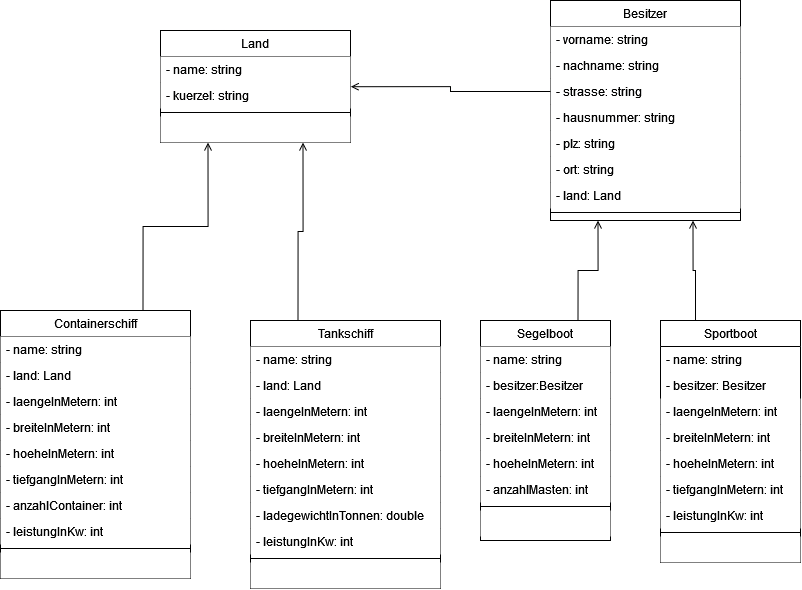
Above: UML-SchiffeUndBoote.drawio.png in gsoTH/iaf_SchiffeUndBoote (draw.io), before the change. Source tidied: cells renumbered, new cells last; positions are measured from the earlier drawing's top-left corner, leaving out a move shared by most shapes.
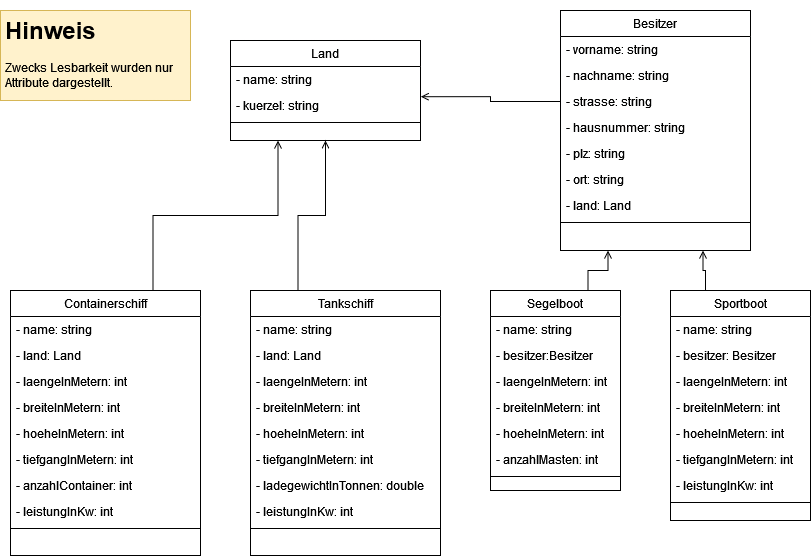
Above is the later version.

Commit message:
Farben solide

What changed in the source:
```diff
@@ -4,3 +4,3 @@
     <mxCell id="1" parent="0" />
-    <mxCell id="2" style="edgeStyle=orthogonalEdgeStyle;jettySize=auto;html=1;exitX=0.25;exitY=0;exitDx=0;exitDy=0;endArrow=open;endFill=0;rounded=0;entryX=0.75;entryY=1;entryDx=0;entryDy=0;" parent="1" edge="1" source="3" target="47">
+    <mxCell id="2" style="edgeStyle=orthogonalEdgeStyle;jettySize=auto;html=1;exitX=0.25;exitY=0;exitDx=0;exitDy=0;endArrow=open;endFill=0;rounded=0;entryX=0.5;entryY=1;entryDx=0;entryDy=0;" parent="1" edge="1" source="3" target="47">
       <mxGeometry relative="1" as="geometry" />
@@ -8,26 +8,26 @@
     <mxCell id="3" value="Tankschiff" style="swimlane;fontStyle=0;align=center;verticalAlign=top;horizontal=1;startSize=26;shadow=0;strokeWidth=1;" parent="1" vertex="1">
-      <mxGeometry x="250" y="320" width="190" height="268" as="geometry" />
+      <mxGeometry x="410" y="381" width="190" height="265" as="geometry" />
     </mxCell>
-    <mxCell id="4" value="- name: string" style="text;align=left;verticalAlign=top;spacingLeft=4;spacingRight=4;overflow=hidden;fillColor=#FFFFFF;" parent="3" vertex="1">
+    <mxCell id="4" value="- name: string" style="text;align=left;verticalAlign=top;spacingLeft=4;spacingRight=4;overflow=hidden;" parent="3" vertex="1">
       <mxGeometry y="26" width="190" height="26" as="geometry" />
     </mxCell>
-    <mxCell id="5" value="- land: Land" style="text;align=left;verticalAlign=top;spacingLeft=4;spacingRight=4;overflow=hidden;shadow=0;html=0;fillColor=#FFFFFF;" parent="3" vertex="1">
+    <mxCell id="5" value="- land: Land" style="text;align=left;verticalAlign=top;spacingLeft=4;spacingRight=4;overflow=hidden;shadow=0;html=0;" parent="3" vertex="1">
       <mxGeometry y="52" width="190" height="26" as="geometry" />
     </mxCell>
-    <mxCell id="6" value="- laengeInMetern: int" style="text;align=left;verticalAlign=top;spacingLeft=4;spacingRight=4;overflow=hidden;shadow=0;html=0;fillColor=#FFFFFF;" parent="3" vertex="1">
+    <mxCell id="6" value="- laengeInMetern: int" style="text;align=left;verticalAlign=top;spacingLeft=4;spacingRight=4;overflow=hidden;shadow=0;html=0;" parent="3" vertex="1">
       <mxGeometry y="78" width="190" height="26" as="geometry" />
     </mxCell>
-    <mxCell id="7" value="- breiteInMetern: int" style="text;align=left;verticalAlign=top;spacingLeft=4;spacingRight=4;overflow=hidden;shadow=0;html=0;fillColor=#FFFFFF;" parent="3" vertex="1">
+    <mxCell id="7" value="- breiteInMetern: int" style="text;align=left;verticalAlign=top;spacingLeft=4;spacingRight=4;overflow=hidden;shadow=0;html=0;" parent="3" vertex="1">
       <mxGeometry y="104" width="190" height="26" as="geometry" />
     </mxCell>
-    <mxCell id="8" value="- hoeheInMetern: int" style="text;align=left;verticalAlign=top;spacingLeft=4;spacingRight=4;overflow=hidden;shadow=0;html=0;fillColor=#FFFFFF;" parent="3" vertex="1">
+    <mxCell id="8" value="- hoeheInMetern: int" style="text;align=left;verticalAlign=top;spacingLeft=4;spacingRight=4;overflow=hidden;shadow=0;html=0;" parent="3" vertex="1">
       <mxGeometry y="130" width="190" height="26" as="geometry" />
     </mxCell>
-    <mxCell id="9" value="- tiefgangInMetern: int" style="text;align=left;verticalAlign=top;spacingLeft=4;spacingRight=4;overflow=hidden;shadow=0;html=0;fillColor=#FFFFFF;" parent="3" vertex="1">
+    <mxCell id="9" value="- tiefgangInMetern: int" style="text;align=left;verticalAlign=top;spacingLeft=4;spacingRight=4;overflow=hidden;shadow=0;html=0;" parent="3" vertex="1">
       <mxGeometry y="156" width="190" height="26" as="geometry" />
     </mxCell>
-    <mxCell id="10" value="- ladegewichtInTonnen: double" style="text;align=left;verticalAlign=top;spacingLeft=4;spacingRight=4;overflow=hidden;shadow=0;html=0;fillColor=#FFFFFF;" parent="3" vertex="1">
+    <mxCell id="10" value="- ladegewichtInTonnen: double" style="text;align=left;verticalAlign=top;spacingLeft=4;spacingRight=4;overflow=hidden;shadow=0;html=0;" parent="3" vertex="1">
       <mxGeometry y="182" width="190" height="26" as="geometry" />
     </mxCell>
-    <mxCell id="11" value="- leistungInKw: int" style="text;align=left;verticalAlign=top;spacingLeft=4;spacingRight=4;overflow=hidden;shadow=0;html=0;fillColor=#FFFFFF;" parent="3" vertex="1">
+    <mxCell id="11" value="- leistungInKw: int" style="text;align=left;verticalAlign=top;spacingLeft=4;spacingRight=4;overflow=hidden;shadow=0;html=0;" parent="3" vertex="1">
       <mxGeometry y="208" width="190" height="26" as="geometry" />
@@ -37,5 +37,2 @@
     </mxCell>
-    <mxCell id="13" style="text;align=left;verticalAlign=top;spacingLeft=4;spacingRight=4;overflow=hidden;shadow=0;html=0;fillColor=#FFFFFF;" parent="3" vertex="1">
-      <mxGeometry y="242" width="190" height="26" as="geometry" />
-    </mxCell>
     <mxCell id="14" style="edgeStyle=orthogonalEdgeStyle;jettySize=auto;html=1;exitX=0.75;exitY=0;exitDx=0;exitDy=0;endArrow=open;endFill=0;rounded=0;entryX=0.25;entryY=1;entryDx=0;entryDy=0;" parent="1" edge="1" source="15" target="47">
@@ -43,35 +40,32 @@
     </mxCell>
-    <mxCell id="15" value="Containerschiff" style="swimlane;fontStyle=0;align=center;verticalAlign=top;horizontal=1;startSize=26;shadow=0;strokeWidth=1;fillColor=#FFFFFF;" parent="1" vertex="1">
-      <mxGeometry y="310" width="190" height="268" as="geometry" />
+    <mxCell id="15" value="Containerschiff" style="swimlane;fontStyle=0;align=center;verticalAlign=top;horizontal=1;startSize=26;shadow=0;strokeWidth=1;" parent="1" vertex="1">
+      <mxGeometry x="170" y="381" width="190" height="265" as="geometry" />
     </mxCell>
-    <mxCell id="16" value="- name: string" style="text;align=left;verticalAlign=top;spacingLeft=4;spacingRight=4;overflow=hidden;fillColor=#FFFFFF;" parent="15" vertex="1">
+    <mxCell id="16" value="- name: string" style="text;align=left;verticalAlign=top;spacingLeft=4;spacingRight=4;overflow=hidden;" parent="15" vertex="1">
       <mxGeometry y="26" width="190" height="26" as="geometry" />
     </mxCell>
-    <mxCell id="17" value="- land: Land" style="text;align=left;verticalAlign=top;spacingLeft=4;spacingRight=4;overflow=hidden;shadow=0;html=0;fillColor=#FFFFFF;" parent="15" vertex="1">
+    <mxCell id="17" value="- land: Land" style="text;align=left;verticalAlign=top;spacingLeft=4;spacingRight=4;overflow=hidden;shadow=0;html=0;" parent="15" vertex="1">
       <mxGeometry y="52" width="190" height="26" as="geometry" />
     </mxCell>
-    <mxCell id="18" value="- laengeInMetern: int" style="text;align=left;verticalAlign=top;spacingLeft=4;spacingRight=4;overflow=hidden;shadow=0;html=0;fillColor=#FFFFFF;" parent="15" vertex="1">
+    <mxCell id="18" value="- laengeInMetern: int" style="text;align=left;verticalAlign=top;spacingLeft=4;spacingRight=4;overflow=hidden;shadow=0;html=0;" parent="15" vertex="1">
       <mxGeometry y="78" width="190" height="26" as="geometry" />
     </mxCell>
-    <mxCell id="19" value="- breiteInMetern: int" style="text;align=left;verticalAlign=top;spacingLeft=4;spacingRight=4;overflow=hidden;shadow=0;html=0;fillColor=#FFFFFF;" parent="15" vertex="1">
+    <mxCell id="19" value="- breiteInMetern: int" style="text;align=left;verticalAlign=top;spacingLeft=4;spacingRight=4;overflow=hidden;shadow=0;html=0;" parent="15" vertex="1">
       <mxGeometry y="104" width="190" height="26" as="geometry" />
     </mxCell>
-    <mxCell id="20" value="- hoeheInMetern: int" style="text;align=left;verticalAlign=top;spacingLeft=4;spacingRight=4;overflow=hidden;shadow=0;html=0;fillColor=#FFFFFF;" parent="15" vertex="1">
+    <mxCell id="20" value="- hoeheInMetern: int" style="text;align=left;verticalAlign=top;spacingLeft=4;spacingRight=4;overflow=hidden;shadow=0;html=0;" parent="15" vertex="1">
       <mxGeometry y="130" width="190" height="26" as="geometry" />
     </mxCell>
-    <mxCell id="21" value="- tiefgangInMetern: int" style="text;align=left;verticalAlign=top;spacingLeft=4;spacingRight=4;overflow=hidden;shadow=0;html=0;fillColor=#FFFFFF;" parent="15" vertex="1">
+    <mxCell id="21" value="- tiefgangInMetern: int" style="text;align=left;verticalAlign=top;spacingLeft=4;spacingRight=4;overflow=hidden;shadow=0;html=0;" parent="15" vertex="1">
       <mxGeometry y="156" width="190" height="26" as="geometry" />
     </mxCell>
-    <mxCell id="22" value="- anzahlContainer: int" style="text;align=left;verticalAlign=top;spacingLeft=4;spacingRight=4;overflow=hidden;shadow=0;html=0;fillColor=#FFFFFF;" parent="15" vertex="1">
+    <mxCell id="22" value="- anzahlContainer: int" style="text;align=left;verticalAlign=top;spacingLeft=4;spacingRight=4;overflow=hidden;shadow=0;html=0;" parent="15" vertex="1">
       <mxGeometry y="182" width="190" height="26" as="geometry" />
     </mxCell>
-    <mxCell id="23" value="- leistungInKw: int" style="text;align=left;verticalAlign=top;spacingLeft=4;spacingRight=4;overflow=hidden;shadow=0;html=0;fillColor=#FFFFFF;" parent="15" vertex="1">
+    <mxCell id="23" value="- leistungInKw: int" style="text;align=left;verticalAlign=top;spacingLeft=4;spacingRight=4;overflow=hidden;shadow=0;html=0;" parent="15" vertex="1">
       <mxGeometry y="208" width="190" height="26" as="geometry" />
     </mxCell>
-    <mxCell id="24" style="line;html=1;strokeWidth=1;align=left;verticalAlign=middle;spacingTop=-1;spacingLeft=3;spacingRight=3;labelPosition=right;fillColor=#FFFFFF;" parent="15" vertex="1">
+    <mxCell id="24" style="line;html=1;strokeWidth=1;align=left;verticalAlign=middle;spacingTop=-1;spacingLeft=3;spacingRight=3;labelPosition=right;" parent="15" vertex="1">
       <mxGeometry y="234" width="190" height="8" as="geometry" />
     </mxCell>
-    <mxCell id="25" style="text;align=left;verticalAlign=top;spacingLeft=4;spacingRight=4;overflow=hidden;shadow=0;html=0;fillColor=#FFFFFF;" parent="15" vertex="1">
-      <mxGeometry y="242" width="190" height="26" as="geometry" />
-    </mxCell>
     <mxCell id="26" style="edgeStyle=orthogonalEdgeStyle;jettySize=auto;html=1;exitX=0.75;exitY=0;exitDx=0;exitDy=0;entryX=0.25;entryY=1;entryDx=0;entryDy=0;endArrow=open;endFill=0;rounded=0;" parent="1" edge="1" source="27" target="52">
@@ -80,20 +74,20 @@
     <mxCell id="27" value="Segelboot" style="swimlane;fontStyle=0;align=center;verticalAlign=top;horizontal=1;startSize=26;shadow=0;strokeWidth=1;" parent="1" vertex="1">
-      <mxGeometry x="480" y="320" width="130" height="220" as="geometry" />
+      <mxGeometry x="650" y="381" width="130" height="200" as="geometry" />
     </mxCell>
-    <mxCell id="28" value="- name: string" style="text;align=left;verticalAlign=top;spacingLeft=4;spacingRight=4;overflow=hidden;fillColor=#FFFFFF;strokeColor=none;" parent="27" vertex="1">
+    <mxCell id="28" value="- name: string" style="text;align=left;verticalAlign=top;spacingLeft=4;spacingRight=4;overflow=hidden;" parent="27" vertex="1">
       <mxGeometry y="26" width="130" height="26" as="geometry" />
     </mxCell>
-    <mxCell id="29" value="- besitzer:Besitzer" style="text;align=left;verticalAlign=top;spacingLeft=4;spacingRight=4;overflow=hidden;shadow=0;html=0;fillColor=#FFFFFF;strokeColor=none;" parent="27" vertex="1">
+    <mxCell id="29" value="- besitzer:Besitzer" style="text;align=left;verticalAlign=top;spacingLeft=4;spacingRight=4;overflow=hidden;shadow=0;html=0;" parent="27" vertex="1">
       <mxGeometry y="52" width="130" height="26" as="geometry" />
     </mxCell>
-    <mxCell id="30" value="- laengeInMetern: int" style="text;align=left;verticalAlign=top;spacingLeft=4;spacingRight=4;overflow=hidden;shadow=0;html=0;fillColor=#FFFFFF;strokeColor=none;" parent="27" vertex="1">
+    <mxCell id="30" value="- laengeInMetern: int" style="text;align=left;verticalAlign=top;spacingLeft=4;spacingRight=4;overflow=hidden;shadow=0;html=0;" parent="27" vertex="1">
       <mxGeometry y="78" width="130" height="26" as="geometry" />
     </mxCell>
-    <mxCell id="31" value="- breiteInMetern: int" style="text;align=left;verticalAlign=top;spacingLeft=4;spacingRight=4;overflow=hidden;shadow=0;html=0;fillColor=#FFFFFF;strokeColor=none;" parent="27" vertex="1">
+    <mxCell id="31" value="- breiteInMetern: int" style="text;align=left;verticalAlign=top;spacingLeft=4;spacingRight=4;overflow=hidden;shadow=0;html=0;" parent="27" vertex="1">
       <mxGeometry y="104" width="130" height="26" as="geometry" />
     </mxCell>
-    <mxCell id="32" value="- hoeheInMetern: int" style="text;align=left;verticalAlign=top;spacingLeft=4;spacingRight=4;overflow=hidden;shadow=0;html=0;fillColor=#FFFFFF;strokeColor=none;" parent="27" vertex="1">
+    <mxCell id="32" value="- hoeheInMetern: int" style="text;align=left;verticalAlign=top;spacingLeft=4;spacingRight=4;overflow=hidden;shadow=0;html=0;" parent="27" vertex="1">
       <mxGeometry y="130" width="130" height="26" as="geometry" />
     </mxCell>
-    <mxCell id="33" value="- anzahlMasten: int" style="text;align=left;verticalAlign=top;spacingLeft=4;spacingRight=4;overflow=hidden;shadow=0;html=0;fillColor=#FFFFFF;strokeColor=none;" parent="27" vertex="1">
+    <mxCell id="33" value="- anzahlMasten: int" style="text;align=left;verticalAlign=top;spacingLeft=4;spacingRight=4;overflow=hidden;shadow=0;html=0;" parent="27" vertex="1">
       <mxGeometry y="156" width="130" height="26" as="geometry" />
@@ -103,5 +97,2 @@
     </mxCell>
-    <mxCell id="35" style="text;align=left;verticalAlign=top;spacingLeft=4;spacingRight=4;overflow=hidden;shadow=0;html=0;fillColor=#FFFFFF;" parent="27" vertex="1">
-      <mxGeometry y="190" width="130" height="26" as="geometry" />
-    </mxCell>
     <mxCell id="36" style="edgeStyle=orthogonalEdgeStyle;jettySize=auto;html=1;exitX=0.25;exitY=0;exitDx=0;exitDy=0;entryX=0.75;entryY=1;entryDx=0;entryDy=0;endArrow=open;endFill=0;rounded=0;" parent="1" edge="1" source="37" target="52">
@@ -110,3 +101,3 @@
     <mxCell id="37" value="Sportboot" style="swimlane;fontStyle=0;align=center;verticalAlign=top;horizontal=1;startSize=26;shadow=0;strokeWidth=1;" parent="1" vertex="1">
-      <mxGeometry x="660" y="320" width="140" height="242" as="geometry" />
+      <mxGeometry x="830" y="381" width="140" height="230" as="geometry" />
     </mxCell>
@@ -118,15 +109,15 @@
     </mxCell>
-    <mxCell id="40" value="- laengeInMetern: int" style="text;align=left;verticalAlign=top;spacingLeft=4;spacingRight=4;overflow=hidden;shadow=0;html=0;fillColor=#FFFFFF;strokeColor=none;" parent="37" vertex="1">
+    <mxCell id="40" value="- laengeInMetern: int" style="text;align=left;verticalAlign=top;spacingLeft=4;spacingRight=4;overflow=hidden;shadow=0;html=0;" parent="37" vertex="1">
       <mxGeometry y="78" width="140" height="26" as="geometry" />
     </mxCell>
-    <mxCell id="41" value="- breiteInMetern: int" style="text;align=left;verticalAlign=top;spacingLeft=4;spacingRight=4;overflow=hidden;shadow=0;html=0;fillColor=#FFFFFF;strokeColor=none;" parent="37" vertex="1">
+    <mxCell id="41" value="- breiteInMetern: int" style="text;align=left;verticalAlign=top;spacingLeft=4;spacingRight=4;overflow=hidden;shadow=0;html=0;" parent="37" vertex="1">
       <mxGeometry y="104" width="140" height="26" as="geometry" />
     </mxCell>
-    <mxCell id="42" value="- hoeheInMetern: int" style="text;align=left;verticalAlign=top;spacingLeft=4;spacingRight=4;overflow=hidden;shadow=0;html=0;fillColor=#FFFFFF;strokeColor=none;" parent="37" vertex="1">
+    <mxCell id="42" value="- hoeheInMetern: int" style="text;align=left;verticalAlign=top;spacingLeft=4;spacingRight=4;overflow=hidden;shadow=0;html=0;" parent="37" vertex="1">
       <mxGeometry y="130" width="140" height="26" as="geometry" />
     </mxCell>
-    <mxCell id="43" value="- tiefgangInMetern: int" style="text;align=left;verticalAlign=top;spacingLeft=4;spacingRight=4;overflow=hidden;shadow=0;html=0;fillColor=#FFFFFF;strokeColor=none;" parent="37" vertex="1">
+    <mxCell id="43" value="- tiefgangInMetern: int" style="text;align=left;verticalAlign=top;spacingLeft=4;spacingRight=4;overflow=hidden;shadow=0;html=0;" parent="37" vertex="1">
       <mxGeometry y="156" width="140" height="26" as="geometry" />
     </mxCell>
-    <mxCell id="44" value="- leistungInKw: int" style="text;align=left;verticalAlign=top;spacingLeft=4;spacingRight=4;overflow=hidden;shadow=0;html=0;fillColor=#FFFFFF;strokeColor=none;" parent="37" vertex="1">
+    <mxCell id="44" value="- leistungInKw: int" style="text;align=left;verticalAlign=top;spacingLeft=4;spacingRight=4;overflow=hidden;shadow=0;html=0;" parent="37" vertex="1">
       <mxGeometry y="182" width="140" height="26" as="geometry" />
@@ -136,12 +127,9 @@
     </mxCell>
-    <mxCell id="46" style="text;align=left;verticalAlign=top;spacingLeft=4;spacingRight=4;overflow=hidden;shadow=0;html=0;fillColor=#FFFFFF;" parent="37" vertex="1">
-      <mxGeometry y="216" width="140" height="26" as="geometry" />
-    </mxCell>
-    <mxCell id="47" value="Land" style="swimlane;fontStyle=0;align=center;verticalAlign=top;horizontal=1;startSize=26;shadow=0;strokeWidth=1;fillColor=#FFFFFF;" parent="1" vertex="1">
-      <mxGeometry x="160" y="30" width="190" height="112" as="geometry" />
+    <mxCell id="47" value="Land" style="swimlane;fontStyle=0;align=center;verticalAlign=top;horizontal=1;startSize=26;shadow=0;strokeWidth=1;" parent="1" vertex="1">
+      <mxGeometry x="390" y="131" width="190" height="100" as="geometry" />
     </mxCell>
-    <mxCell id="48" value="- name: string" style="text;align=left;verticalAlign=top;spacingLeft=4;spacingRight=4;overflow=hidden;fillColor=#FFFFFF;" parent="47" vertex="1">
+    <mxCell id="48" value="- name: string" style="text;align=left;verticalAlign=top;spacingLeft=4;spacingRight=4;overflow=hidden;" parent="47" vertex="1">
       <mxGeometry y="26" width="190" height="26" as="geometry" />
     </mxCell>
-    <mxCell id="49" value="- kuerzel: string" style="text;align=left;verticalAlign=top;spacingLeft=4;spacingRight=4;overflow=hidden;points=[[0,0.5],[1,0.5]];portConstraint=eastwest;shadow=0;html=0;fillColor=#FFFFFF;" parent="47" vertex="1">
+    <mxCell id="49" value="- kuerzel: string" style="text;align=left;verticalAlign=top;spacingLeft=4;spacingRight=4;overflow=hidden;points=[[0,0.5],[1,0.5]];portConstraint=eastwest;shadow=0;html=0;" parent="47" vertex="1">
       <mxGeometry y="52" width="190" height="26" as="geometry" />
@@ -151,30 +139,27 @@
     </mxCell>
-    <mxCell id="51" style="text;align=left;verticalAlign=top;spacingLeft=4;spacingRight=4;overflow=hidden;shadow=0;html=0;fillColor=#FFFFFF;" parent="47" vertex="1">
-      <mxGeometry y="86" width="190" height="26" as="geometry" />
-    </mxCell>
-    <mxCell id="52" value="Besitzer" style="swimlane;fontStyle=0;align=center;verticalAlign=top;horizontal=1;startSize=26;shadow=0;strokeWidth=1;fillColor=#FFFFFF;fillStyle=auto;" parent="1" vertex="1">
-      <mxGeometry x="550" width="190" height="220" as="geometry" />
+    <mxCell id="52" value="Besitzer" style="swimlane;fontStyle=0;align=center;verticalAlign=top;horizontal=1;startSize=26;shadow=0;strokeWidth=1;" parent="1" vertex="1">
+      <mxGeometry x="720" y="101" width="190" height="240" as="geometry" />
     </mxCell>
-    <mxCell id="53" value="- vorname: string" style="text;align=left;verticalAlign=top;spacingLeft=4;spacingRight=4;overflow=hidden;fillColor=#FFFFFF;" parent="52" vertex="1">
+    <mxCell id="53" value="- vorname: string" style="text;align=left;verticalAlign=top;spacingLeft=4;spacingRight=4;overflow=hidden;" parent="52" vertex="1">
       <mxGeometry y="26" width="190" height="26" as="geometry" />
     </mxCell>
-    <mxCell id="54" value="- nachname: string" style="text;align=left;verticalAlign=top;spacingLeft=4;spacingRight=4;overflow=hidden;shadow=0;html=0;fillColor=#FFFFFF;" parent="52" vertex="1">
+    <mxCell id="54" value="- nachname: string" style="text;align=left;verticalAlign=top;spacingLeft=4;spacingRight=4;overflow=hidden;shadow=0;html=0;" parent="52" vertex="1">
       <mxGeometry y="52" width="190" height="26" as="geometry" />
     </mxCell>
-    <mxCell id="55" value="- strasse: string" style="text;align=left;verticalAlign=top;spacingLeft=4;spacingRight=4;overflow=hidden;points=[[0,0.5],[1,0.5]];portConstraint=eastwest;shadow=0;html=0;fillColor=#FFFFFF;" parent="52" vertex="1">
+    <mxCell id="55" value="- strasse: string" style="text;align=left;verticalAlign=top;spacingLeft=4;spacingRight=4;overflow=hidden;points=[[0,0.5],[1,0.5]];portConstraint=eastwest;shadow=0;html=0;" parent="52" vertex="1">
       <mxGeometry y="78" width="190" height="26" as="geometry" />
     </mxCell>
-    <mxCell id="56" value="- hausnummer: string" style="text;align=left;verticalAlign=top;spacingLeft=4;spacingRight=4;overflow=hidden;shadow=0;html=0;fillColor=#FFFFFF;" parent="52" vertex="1">
+    <mxCell id="56" value="- hausnummer: string" style="text;align=left;verticalAlign=top;spacingLeft=4;spacingRight=4;overflow=hidden;shadow=0;html=0;" parent="52" vertex="1">
       <mxGeometry y="104" width="190" height="26" as="geometry" />
     </mxCell>
-    <mxCell id="57" value="- plz: string" style="text;align=left;verticalAlign=top;spacingLeft=4;spacingRight=4;overflow=hidden;shadow=0;html=0;fillColor=#FFFFFF;" parent="52" vertex="1">
+    <mxCell id="57" value="- plz: string" style="text;align=left;verticalAlign=top;spacingLeft=4;spacingRight=4;overflow=hidden;shadow=0;html=0;" parent="52" vertex="1">
       <mxGeometry y="130" width="190" height="26" as="geometry" />
     </mxCell>
-    <mxCell id="58" value="- ort: string" style="text;align=left;verticalAlign=top;spacingLeft=4;spacingRight=4;overflow=hidden;shadow=0;html=0;fillColor=#FFFFFF;" parent="52" vertex="1">
+    <mxCell id="58" value="- ort: string" style="text;align=left;verticalAlign=top;spacingLeft=4;spacingRight=4;overflow=hidden;shadow=0;html=0;" parent="52" vertex="1">
       <mxGeometry y="156" width="190" height="26" as="geometry" />
     </mxCell>
-    <mxCell id="59" value="- land: Land" style="text;align=left;verticalAlign=top;spacingLeft=4;spacingRight=4;overflow=hidden;shadow=0;html=0;fillColor=#FFFFFF;" parent="52" vertex="1">
+    <mxCell id="59" value="- land: Land" style="text;align=left;verticalAlign=top;spacingLeft=4;spacingRight=4;overflow=hidden;shadow=0;html=0;" parent="52" vertex="1">
       <mxGeometry y="182" width="190" height="26" as="geometry" />
     </mxCell>
-    <mxCell id="60" style="line;html=1;strokeWidth=1;align=left;verticalAlign=middle;spacingTop=-1;spacingLeft=3;spacingRight=3;labelPosition=right;fillColor=#FFFFFF;" parent="52" vertex="1">
+    <mxCell id="60" style="line;html=1;strokeWidth=1;align=left;verticalAlign=middle;spacingTop=-1;spacingLeft=3;spacingRight=3;labelPosition=right;" parent="52" vertex="1">
       <mxGeometry y="208" width="190" height="8" as="geometry" />
@@ -184,2 +169,5 @@
     </mxCell>
+    <mxCell id="62" value="&lt;h1&gt;Hinweis&lt;/h1&gt;&lt;p&gt;Zwecks Lesbarkeit wurden nur Attribute dargestellt. &lt;br&gt;&lt;/p&gt;" style="text;html=1;strokeColor=#d6b656;fillColor=#fff2cc;spacing=5;spacingTop=-20;whiteSpace=wrap;overflow=hidden;rounded=0;fillStyle=auto;" parent="1" vertex="1">
+      <mxGeometry x="160" y="101" width="190" height="90" as="geometry" />
+    </mxCell>
   </root>
```
